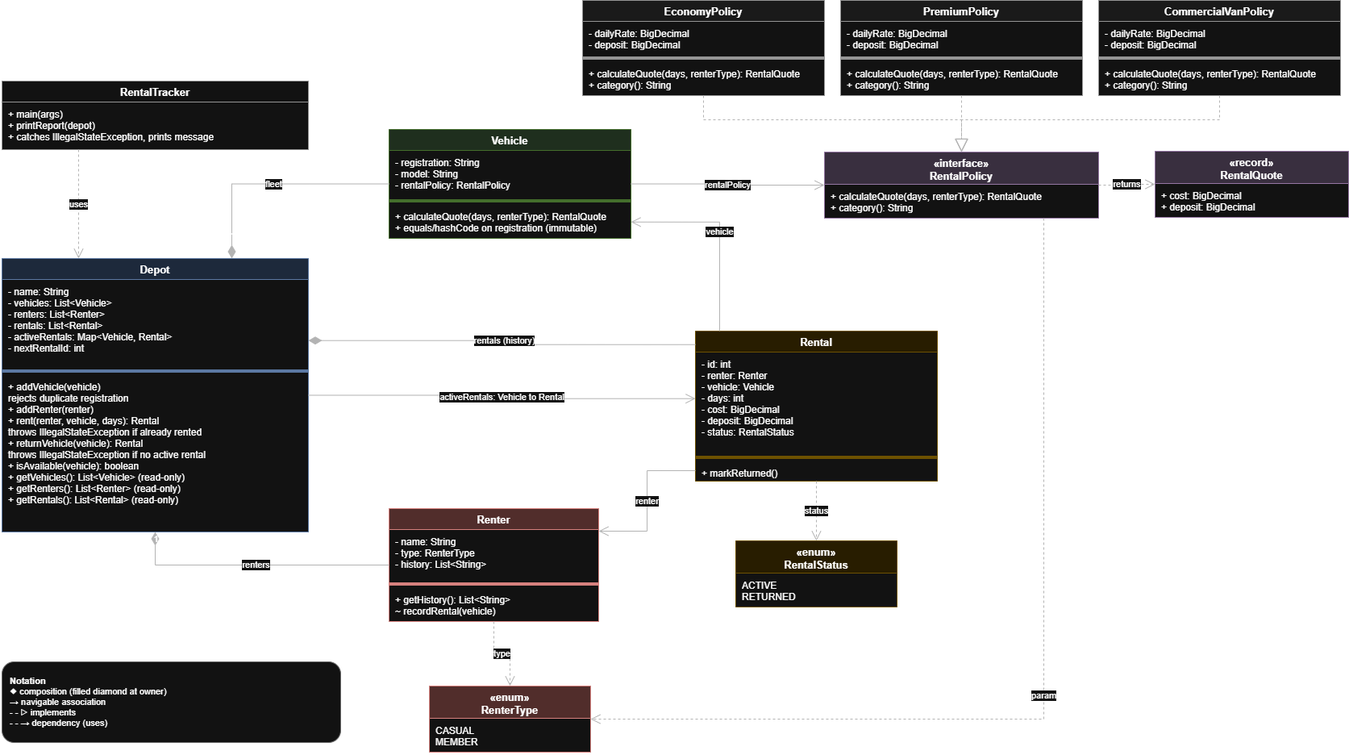
The draw.io diagram dovewing-class-design.png in emmanuel-tormeti/java-basics-b-dovewing-car-rentals, before a commit. Source tidied: cells renumbered, new cells last; positions are measured from the earlier drawing's top-left corner, leaving out a move shared by most shapes.
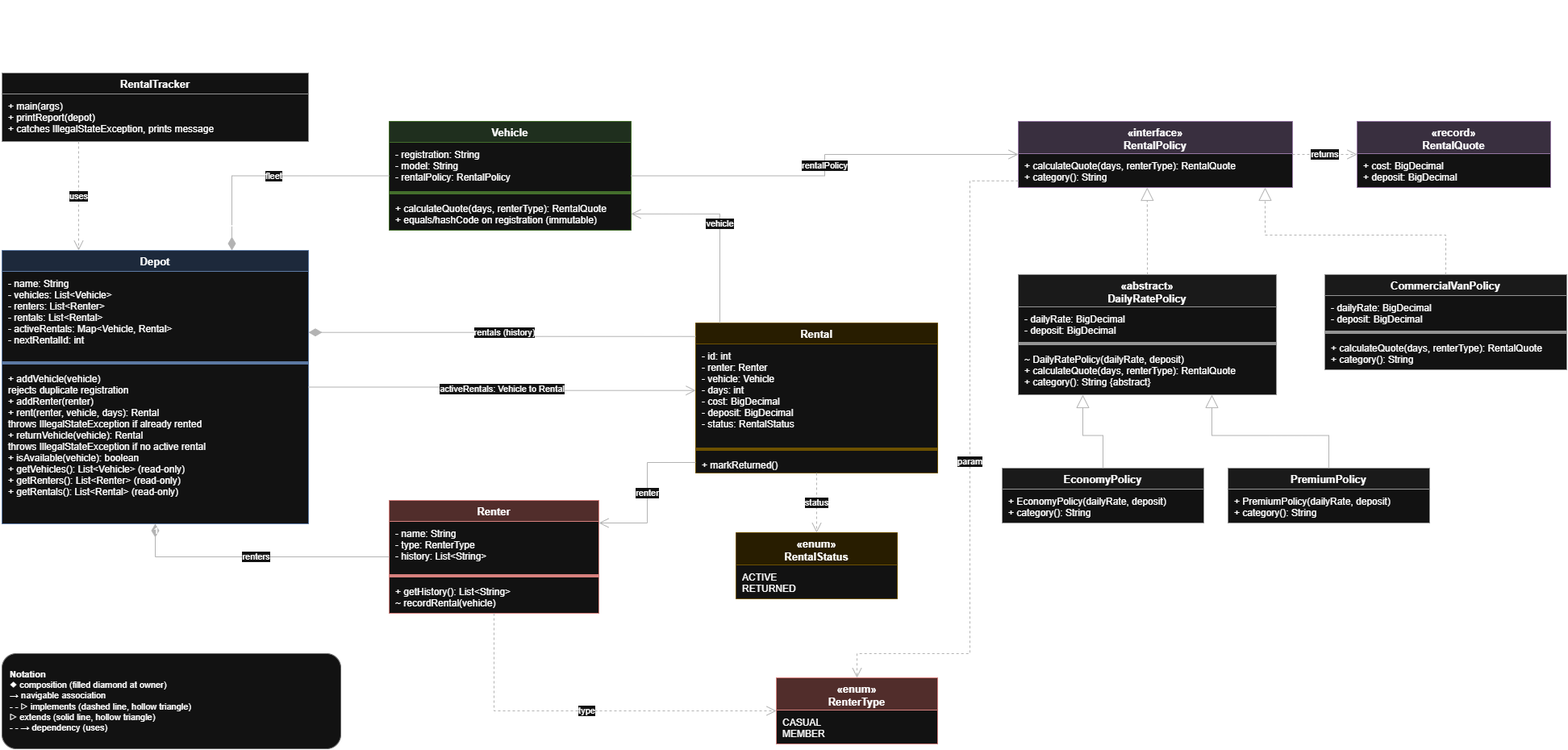
Later version of the same file.

Commit message:
update diagram and diagnosis for shared DailyRatePolicy base

The edit, as a diff of the source:
```diff
@@ -2,6 +2,15 @@
   <root>
     <mxCell id="0" />
     <mxCell id="1" parent="0" />
+    <mxCell id="40" value="Dovewing vehicle rental: class design" style="text;html=1;align=left;verticalAlign=middle;fontSize=18;fontStyle=1;" parent="1" vertex="1">
+      <mxGeometry y="10" width="480" height="30" as="geometry" />
+    </mxCell>
+    <mxCell id="38" value="RentalTracker" style="swimlane;fontStyle=1;align=center;verticalAlign=top;horizontal=1;startSize=26;whiteSpace=wrap;html=1;fillColor=#ffffff;strokeColor=#666666;fontSize=13;swimlaneFillColor=#ffffff;" parent="1" vertex="1">
+      <mxGeometry y="100" width="380" height="85" as="geometry" />
+    </mxCell>
+    <mxCell id="39" value="+ main(args)&#10;+ printReport(depot)&#10;+ catches IllegalStateException, prints message" style="text;strokeColor=none;fillColor=none;align=left;verticalAlign=top;spacingLeft=6;spacingRight=4;spacingTop=2;overflow=hidden;fontSize=12;" parent="38" vertex="1">
+      <mxGeometry y="26" width="380" height="59" as="geometry" />
+    </mxCell>
     <mxCell id="2" value="Depot" style="swimlane;fontStyle=1;align=center;verticalAlign=top;horizontal=1;startSize=26;whiteSpace=wrap;html=1;fillColor=#dae8fc;strokeColor=#6c8ebf;fontSize=13;swimlaneFillColor=#ffffff;" parent="1" vertex="1">
       <mxGeometry y="320" width="380" height="339" as="geometry" />
     </mxCell>
@@ -50,38 +59,56 @@
     <mxCell id="17" value="+ getHistory(): List&lt;String&gt;&#10;~ recordRental(vehicle)" style="text;strokeColor=none;fillColor=none;align=left;verticalAlign=top;spacingLeft=6;spacingRight=4;spacingTop=2;overflow=hidden;fontSize=12;" parent="14" vertex="1">
       <mxGeometry y="98" width="260" height="42" as="geometry" />
     </mxCell>
+    <mxCell id="34" value="«enum»&lt;br&gt;RentalStatus" style="swimlane;fontStyle=1;align=center;verticalAlign=top;horizontal=1;startSize=40;whiteSpace=wrap;html=1;fillColor=#fff2cc;strokeColor=#d6b656;fontSize=13;swimlaneFillColor=#ffffff;" parent="1" vertex="1">
+      <mxGeometry x="910" y="670" width="200" height="82" as="geometry" />
+    </mxCell>
+    <mxCell id="35" value="ACTIVE&#10;RETURNED" style="text;strokeColor=none;fillColor=none;align=left;verticalAlign=top;spacingLeft=6;spacingRight=4;spacingTop=2;overflow=hidden;fontSize=12;" parent="34" vertex="1">
+      <mxGeometry y="40" width="200" height="42" as="geometry" />
+    </mxCell>
+    <mxCell id="36" value="«enum»&lt;br&gt;RenterType" style="swimlane;fontStyle=1;align=center;verticalAlign=top;horizontal=1;startSize=40;whiteSpace=wrap;html=1;fillColor=#f8cecc;strokeColor=#b85450;fontSize=13;swimlaneFillColor=#ffffff;" parent="1" vertex="1">
+      <mxGeometry x="960" y="850" width="200" height="82" as="geometry" />
+    </mxCell>
+    <mxCell id="37" value="CASUAL&#10;MEMBER" style="text;strokeColor=none;fillColor=none;align=left;verticalAlign=top;spacingLeft=6;spacingRight=4;spacingTop=2;overflow=hidden;fontSize=12;" parent="36" vertex="1">
+      <mxGeometry y="40" width="200" height="42" as="geometry" />
+    </mxCell>
     <mxCell id="18" value="«interface»&lt;br&gt;RentalPolicy" style="swimlane;fontStyle=1;align=center;verticalAlign=top;horizontal=1;startSize=40;whiteSpace=wrap;html=1;fillColor=#e1d5e7;strokeColor=#9673a6;fontSize=13;swimlaneFillColor=#ffffff;" parent="1" vertex="1">
-      <mxGeometry x="1020" y="188" width="340" height="82" as="geometry" />
+      <mxGeometry x="1260" y="160" width="340" height="82" as="geometry" />
     </mxCell>
     <mxCell id="19" value="+ calculateQuote(days, renterType): RentalQuote&#10;+ category(): String" style="text;strokeColor=none;fillColor=none;align=left;verticalAlign=top;spacingLeft=6;spacingRight=4;spacingTop=2;overflow=hidden;fontSize=12;" parent="18" vertex="1">
       <mxGeometry y="40" width="340" height="42" as="geometry" />
     </mxCell>
+    <mxCell id="32" value="«record»&lt;br&gt;RentalQuote" style="swimlane;fontStyle=1;align=center;verticalAlign=top;horizontal=1;startSize=40;whiteSpace=wrap;html=1;fillColor=#e1d5e7;strokeColor=#9673a6;fontSize=13;swimlaneFillColor=#ffffff;" parent="1" vertex="1">
+      <mxGeometry x="1680" y="160" width="240" height="82" as="geometry" />
+    </mxCell>
+    <mxCell id="33" value="+ cost: BigDecimal&#10;+ deposit: BigDecimal" style="text;strokeColor=none;fillColor=none;align=left;verticalAlign=top;spacingLeft=6;spacingRight=4;spacingTop=2;overflow=hidden;fontSize=12;" parent="32" vertex="1">
+      <mxGeometry y="40" width="240" height="42" as="geometry" />
+    </mxCell>
+    <mxCell id="67" value="«abstract»&lt;br&gt;DailyRatePolicy" style="swimlane;fontStyle=1;align=center;verticalAlign=top;horizontal=1;startSize=40;whiteSpace=wrap;html=1;fillColor=#f5f5f5;strokeColor=#666666;fontSize=13;swimlaneFillColor=#ffffff;" parent="1" vertex="1">
+      <mxGeometry x="1260" y="350" width="320" height="149" as="geometry" />
+    </mxCell>
+    <mxCell id="68" value="- dailyRate: BigDecimal&#10;- deposit: BigDecimal" style="text;strokeColor=none;fillColor=none;align=left;verticalAlign=top;spacingLeft=6;spacingRight=4;spacingTop=2;overflow=hidden;fontSize=12;" parent="67" vertex="1">
+      <mxGeometry y="40" width="320" height="42" as="geometry" />
+    </mxCell>
+    <mxCell id="69" style="line;strokeColor=inherit;fillColor=none;align=left;verticalAlign=middle;spacingTop=-1;spacingLeft=3;spacingRight=3;labelPosition=right;" parent="67" vertex="1">
+      <mxGeometry y="82" width="320" height="8" as="geometry" />
+    </mxCell>
+    <mxCell id="70" value="~ DailyRatePolicy(dailyRate, deposit)&#10;+ calculateQuote(days, renterType): RentalQuote&#10;+ category(): String  {abstract}" style="text;strokeColor=none;fillColor=none;align=left;verticalAlign=top;spacingLeft=6;spacingRight=4;spacingTop=2;overflow=hidden;fontSize=12;" parent="67" vertex="1">
+      <mxGeometry y="90" width="320" height="59" as="geometry" />
+    </mxCell>
     <mxCell id="20" value="EconomyPolicy" style="swimlane;fontStyle=1;align=center;verticalAlign=top;horizontal=1;startSize=26;whiteSpace=wrap;html=1;fillColor=#f5f5f5;strokeColor=#666666;fontSize=13;swimlaneFillColor=#ffffff;" parent="1" vertex="1">
-      <mxGeometry x="720" width="300" height="118" as="geometry" />
+      <mxGeometry x="1240" y="590" width="250" height="68" as="geometry" />
     </mxCell>
-    <mxCell id="21" value="- dailyRate: BigDecimal&#10;- deposit: BigDecimal" style="text;strokeColor=none;fillColor=none;align=left;verticalAlign=top;spacingLeft=6;spacingRight=4;spacingTop=2;overflow=hidden;fontSize=12;" parent="20" vertex="1">
-      <mxGeometry y="26" width="300" height="42" as="geometry" />
-    </mxCell>
-    <mxCell id="22" style="line;strokeColor=inherit;fillColor=none;align=left;verticalAlign=middle;spacingTop=-1;spacingLeft=3;spacingRight=3;labelPosition=right;" parent="20" vertex="1">
-      <mxGeometry y="68" width="300" height="8" as="geometry" />
-    </mxCell>
-    <mxCell id="23" value="+ calculateQuote(days, renterType): RentalQuote&#10;+ category(): String" style="text;strokeColor=none;fillColor=none;align=left;verticalAlign=top;spacingLeft=6;spacingRight=4;spacingTop=2;overflow=hidden;fontSize=12;" parent="20" vertex="1">
-      <mxGeometry y="76" width="300" height="42" as="geometry" />
+    <mxCell id="23" value="+ EconomyPolicy(dailyRate, deposit)&#10;+ category(): String" style="text;strokeColor=none;fillColor=none;align=left;verticalAlign=top;spacingLeft=6;spacingRight=4;spacingTop=2;overflow=hidden;fontSize=12;" parent="20" vertex="1">
+      <mxGeometry y="26" width="250" height="42" as="geometry" />
     </mxCell>
     <mxCell id="24" value="PremiumPolicy" style="swimlane;fontStyle=1;align=center;verticalAlign=top;horizontal=1;startSize=26;whiteSpace=wrap;html=1;fillColor=#f5f5f5;strokeColor=#666666;fontSize=13;swimlaneFillColor=#ffffff;" parent="1" vertex="1">
-      <mxGeometry x="1040" width="300" height="118" as="geometry" />
+      <mxGeometry x="1520" y="590" width="250" height="68" as="geometry" />
     </mxCell>
-    <mxCell id="25" value="- dailyRate: BigDecimal&#10;- deposit: BigDecimal" style="text;strokeColor=none;fillColor=none;align=left;verticalAlign=top;spacingLeft=6;spacingRight=4;spacingTop=2;overflow=hidden;fontSize=12;" parent="24" vertex="1">
-      <mxGeometry y="26" width="300" height="42" as="geometry" />
-    </mxCell>
-    <mxCell id="26" style="line;strokeColor=inherit;fillColor=none;align=left;verticalAlign=middle;spacingTop=-1;spacingLeft=3;spacingRight=3;labelPosition=right;" parent="24" vertex="1">
-      <mxGeometry y="68" width="300" height="8" as="geometry" />
-    </mxCell>
-    <mxCell id="27" value="+ calculateQuote(days, renterType): RentalQuote&#10;+ category(): String" style="text;strokeColor=none;fillColor=none;align=left;verticalAlign=top;spacingLeft=6;spacingRight=4;spacingTop=2;overflow=hidden;fontSize=12;" parent="24" vertex="1">
-      <mxGeometry y="76" width="300" height="42" as="geometry" />
+    <mxCell id="27" value="+ PremiumPolicy(dailyRate, deposit)&#10;+ category(): String" style="text;strokeColor=none;fillColor=none;align=left;verticalAlign=top;spacingLeft=6;spacingRight=4;spacingTop=2;overflow=hidden;fontSize=12;" parent="24" vertex="1">
+      <mxGeometry y="26" width="250" height="42" as="geometry" />
     </mxCell>
     <mxCell id="28" value="CommercialVanPolicy" style="swimlane;fontStyle=1;align=center;verticalAlign=top;horizontal=1;startSize=26;whiteSpace=wrap;html=1;fillColor=#f5f5f5;strokeColor=#666666;fontSize=13;swimlaneFillColor=#ffffff;" parent="1" vertex="1">
-      <mxGeometry x="1360" width="300" height="118" as="geometry" />
+      <mxGeometry x="1640" y="350" width="300" height="118" as="geometry" />
     </mxCell>
     <mxCell id="29" value="- dailyRate: BigDecimal&#10;- deposit: BigDecimal" style="text;strokeColor=none;fillColor=none;align=left;verticalAlign=top;spacingLeft=6;spacingRight=4;spacingTop=2;overflow=hidden;fontSize=12;" parent="28" vertex="1">
       <mxGeometry y="26" width="300" height="42" as="geometry" />
@@ -92,35 +119,8 @@
     <mxCell id="31" value="+ calculateQuote(days, renterType): RentalQuote&#10;+ category(): String" style="text;strokeColor=none;fillColor=none;align=left;verticalAlign=top;spacingLeft=6;spacingRight=4;spacingTop=2;overflow=hidden;fontSize=12;" parent="28" vertex="1">
       <mxGeometry y="76" width="300" height="42" as="geometry" />
     </mxCell>
-    <mxCell id="32" value="«record»&lt;br&gt;RentalQuote" style="swimlane;fontStyle=1;align=center;verticalAlign=top;horizontal=1;startSize=40;whiteSpace=wrap;html=1;fillColor=#e1d5e7;strokeColor=#9673a6;fontSize=13;swimlaneFillColor=#ffffff;" parent="1" vertex="1">
-      <mxGeometry x="1430" y="187" width="240" height="82" as="geometry" />
-    </mxCell>
-    <mxCell id="33" value="+ cost: BigDecimal&#10;+ deposit: BigDecimal" style="text;strokeColor=none;fillColor=none;align=left;verticalAlign=top;spacingLeft=6;spacingRight=4;spacingTop=2;overflow=hidden;fontSize=12;" parent="32" vertex="1">
-      <mxGeometry y="40" width="240" height="42" as="geometry" />
-    </mxCell>
-    <mxCell id="34" value="«enum»&lt;br&gt;RentalStatus" style="swimlane;fontStyle=1;align=center;verticalAlign=top;horizontal=1;startSize=40;whiteSpace=wrap;html=1;fillColor=#fff2cc;strokeColor=#d6b656;fontSize=13;swimlaneFillColor=#ffffff;" parent="1" vertex="1">
-      <mxGeometry x="910" y="670" width="200" height="82" as="geometry" />
-    </mxCell>
-    <mxCell id="35" value="ACTIVE&#10;RETURNED" style="text;strokeColor=none;fillColor=none;align=left;verticalAlign=top;spacingLeft=6;spacingRight=4;spacingTop=2;overflow=hidden;fontSize=12;" parent="34" vertex="1">
-      <mxGeometry y="40" width="200" height="42" as="geometry" />
-    </mxCell>
-    <mxCell id="36" value="«enum»&lt;br&gt;RenterType" style="swimlane;fontStyle=1;align=center;verticalAlign=top;horizontal=1;startSize=40;whiteSpace=wrap;html=1;fillColor=#f8cecc;strokeColor=#b85450;fontSize=13;swimlaneFillColor=#ffffff;" parent="1" vertex="1">
-      <mxGeometry x="530" y="850" width="200" height="82" as="geometry" />
-    </mxCell>
-    <mxCell id="37" value="CASUAL&#10;MEMBER" style="text;strokeColor=none;fillColor=none;align=left;verticalAlign=top;spacingLeft=6;spacingRight=4;spacingTop=2;overflow=hidden;fontSize=12;" parent="36" vertex="1">
-      <mxGeometry y="40" width="200" height="42" as="geometry" />
-    </mxCell>
-    <mxCell id="38" value="RentalTracker" style="swimlane;fontStyle=1;align=center;verticalAlign=top;horizontal=1;startSize=26;whiteSpace=wrap;html=1;fillColor=#ffffff;strokeColor=#666666;fontSize=13;swimlaneFillColor=#ffffff;" parent="1" vertex="1">
-      <mxGeometry y="100" width="380" height="85" as="geometry" />
-    </mxCell>
-    <mxCell id="39" value="+ main(args)&#10;+ printReport(depot)&#10;+ catches IllegalStateException, prints message" style="text;strokeColor=none;fillColor=none;align=left;verticalAlign=top;spacingLeft=6;spacingRight=4;spacingTop=2;overflow=hidden;fontSize=12;" parent="38" vertex="1">
-      <mxGeometry y="26" width="380" height="59" as="geometry" />
-    </mxCell>
-    <mxCell id="40" value="Dovewing vehicle rental: class design" style="text;html=1;align=left;verticalAlign=middle;fontSize=18;fontStyle=1;" parent="1" vertex="1">
-      <mxGeometry y="10" width="480" height="30" as="geometry" />
-    </mxCell>
-    <mxCell id="41" value="&lt;b&gt;Notation&lt;/b&gt;&lt;br&gt;◆ composition (filled diamond at owner)&lt;br&gt;→ navigable association&lt;br&gt;- - ▷ implements&lt;br&gt;- - → dependency (uses)" style="rounded=1;whiteSpace=wrap;html=1;align=left;verticalAlign=middle;spacing=10;fillColor=#ffffff;strokeColor=#999999;fontSize=11;" parent="1" vertex="1">
-      <mxGeometry y="820" width="420" height="100" as="geometry" />
+    <mxCell id="41" value="&lt;b&gt;Notation&lt;/b&gt;&lt;br&gt;◆ composition (filled diamond at owner)&lt;br&gt;→ navigable association&lt;br&gt;- - ▷ implements (dashed line, hollow triangle)&lt;br&gt;▷ extends (solid line, hollow triangle)&lt;br&gt;- - → dependency (uses)" style="rounded=1;whiteSpace=wrap;html=1;align=left;verticalAlign=middle;spacing=10;fillColor=#ffffff;strokeColor=#999999;fontSize=11;" parent="1" vertex="1">
+      <mxGeometry y="820" width="420" height="118" as="geometry" />
     </mxCell>
     <mxCell id="42" value="uses" style="edgeStyle=orthogonalEdgeStyle;rounded=0;jettySize=auto;html=1;strokeColor=#444444;fontSize=11;labelBackgroundColor=#ffffff;dashed=1;startArrow=none;endArrow=open;endFill=0;endSize=10;exitX=0.25;exitY=1;exitDx=0;exitDy=0;entryX=0.25;entryY=0;entryDx=0;entryDy=0;" parent="1" edge="1" source="38" target="2">
       <mxGeometry relative="1" as="geometry" />
@@ -196,25 +196,34 @@
         <mxPoint y="-12" as="offset" />
       </mxGeometry>
     </mxCell>
-    <mxCell id="60" style="edgeStyle=orthogonalEdgeStyle;rounded=0;jettySize=auto;html=1;strokeColor=#444444;fontSize=11;labelBackgroundColor=#ffffff;dashed=1;startArrow=none;endArrow=block;endFill=0;endSize=14;exitX=0.5;exitY=1;exitDx=0;exitDy=0;entryX=0.5;entryY=0;entryDx=0;entryDy=0;" parent="1" edge="1" source="20" target="18">
-      <mxGeometry relative="1" as="geometry" />
-    </mxCell>
-    <mxCell id="61" style="edgeStyle=orthogonalEdgeStyle;rounded=0;jettySize=auto;html=1;strokeColor=#444444;fontSize=11;labelBackgroundColor=#ffffff;dashed=1;startArrow=none;endArrow=block;endFill=0;endSize=14;exitX=0.5;exitY=1;exitDx=0;exitDy=0;entryX=0.5;entryY=0;entryDx=0;entryDy=0;" parent="1" edge="1" source="24" target="18">
-      <mxGeometry relative="1" as="geometry" />
-    </mxCell>
+    <mxCell id="71" style="edgeStyle=orthogonalEdgeStyle;rounded=0;jettySize=auto;html=1;strokeColor=#444444;fontSize=11;labelBackgroundColor=#ffffff;startArrow=none;endArrow=block;endFill=0;endSize=14;exitX=0.5;exitY=0;exitDx=0;exitDy=0;entryX=0.25;entryY=1;entryDx=0;entryDy=0;" parent="1" edge="1" source="20" target="67">
+      <mxGeometry relative="1" as="geometry" />
+    </mxCell>
+    <mxCell id="72" style="edgeStyle=orthogonalEdgeStyle;rounded=0;jettySize=auto;html=1;strokeColor=#444444;fontSize=11;labelBackgroundColor=#ffffff;startArrow=none;endArrow=block;endFill=0;endSize=14;exitX=0.5;exitY=0;exitDx=0;exitDy=0;entryX=0.75;entryY=1;entryDx=0;entryDy=0;" parent="1" edge="1" source="24" target="67">
+      <mxGeometry relative="1" as="geometry" />
+    </mxCell>
+    <mxCell id="73" style="edgeStyle=orthogonalEdgeStyle;rounded=0;jettySize=auto;html=1;strokeColor=#444444;fontSize=11;labelBackgroundColor=#ffffff;dashed=1;startArrow=none;endArrow=block;endFill=0;endSize=14;exitX=0.5;exitY=0;exitDx=0;exitDy=0;entryX=0.47;entryY=1;entryDx=0;entryDy=0;" parent="1" edge="1" source="67" target="18">
+      <mxGeometry relative="1" as="geometry" />
+    </mxCell>
-    <mxCell id="62" style="edgeStyle=orthogonalEdgeStyle;rounded=0;jettySize=auto;html=1;strokeColor=#444444;fontSize=11;labelBackgroundColor=#ffffff;dashed=1;startArrow=none;endArrow=block;endFill=0;endSize=14;exitX=0.5;exitY=1;exitDx=0;exitDy=0;entryX=0.5;entryY=0;entryDx=0;entryDy=0;" parent="1" edge="1" source="28" target="18">
+    <mxCell id="62" style="edgeStyle=orthogonalEdgeStyle;rounded=0;jettySize=auto;html=1;strokeColor=#444444;fontSize=11;labelBackgroundColor=#ffffff;dashed=1;startArrow=none;endArrow=block;endFill=0;endSize=14;exitX=0.5;exitY=0;exitDx=0;exitDy=0;entryX=0.9;entryY=1;entryDx=0;entryDy=0;" parent="1" edge="1" source="28" target="18">
       <mxGeometry relative="1" as="geometry" />
     </mxCell>
     <mxCell id="63" value="returns" style="edgeStyle=orthogonalEdgeStyle;rounded=0;jettySize=auto;html=1;strokeColor=#444444;fontSize=11;labelBackgroundColor=#ffffff;dashed=1;startArrow=none;endArrow=open;endFill=0;endSize=10;exitX=1;exitY=0.5;exitDx=0;exitDy=0;entryX=0;entryY=0.5;entryDx=0;entryDy=0;" parent="1" edge="1" source="18" target="32">
       <mxGeometry relative="1" as="geometry" />
     </mxCell>
-    <mxCell id="64" value="param" style="edgeStyle=orthogonalEdgeStyle;rounded=0;jettySize=auto;html=1;strokeColor=#444444;fontSize=11;labelBackgroundColor=#ffffff;dashed=1;startArrow=none;endArrow=open;endFill=0;endSize=10;exitX=0.8;exitY=1;exitDx=0;exitDy=0;entryX=1;entryY=0.5;entryDx=0;entryDy=0;" parent="1" edge="1" source="18" target="36">
-      <mxGeometry relative="1" as="geometry" />
+    <mxCell id="64" value="param" style="edgeStyle=orthogonalEdgeStyle;rounded=0;jettySize=auto;html=1;strokeColor=#444444;fontSize=11;labelBackgroundColor=#ffffff;dashed=1;startArrow=none;endArrow=open;endFill=0;endSize=10;exitX=0;exitY=0.9;exitDx=0;exitDy=0;entryX=0.5;entryY=0;entryDx=0;entryDy=0;" parent="1" edge="1" source="18" target="36">
+      <mxGeometry relative="1" as="geometry">
+        <Array as="points">
+          <mxPoint x="1200" y="234" />
+          <mxPoint x="1200" y="820" />
+          <mxPoint x="1060" y="820" />
+        </Array>
+      </mxGeometry>
     </mxCell>
     <mxCell id="65" value="status" style="edgeStyle=orthogonalEdgeStyle;rounded=0;jettySize=auto;html=1;strokeColor=#444444;fontSize=11;labelBackgroundColor=#ffffff;dashed=1;startArrow=none;endArrow=open;endFill=0;endSize=10;exitX=0.5;exitY=1;exitDx=0;exitDy=0;entryX=0.5;entryY=0;entryDx=0;entryDy=0;" parent="1" edge="1" source="10" target="34">
       <mxGeometry relative="1" as="geometry" />
     </mxCell>
-    <mxCell id="66" value="type" style="edgeStyle=orthogonalEdgeStyle;rounded=0;jettySize=auto;html=1;strokeColor=#444444;fontSize=11;labelBackgroundColor=#ffffff;dashed=1;startArrow=none;endArrow=open;endFill=0;endSize=10;exitX=0.5;exitY=1;exitDx=0;exitDy=0;entryX=0.5;entryY=0;entryDx=0;entryDy=0;" parent="1" edge="1" source="14" target="36">
+    <mxCell id="66" value="type" style="edgeStyle=orthogonalEdgeStyle;rounded=0;jettySize=auto;html=1;strokeColor=#444444;fontSize=11;labelBackgroundColor=#ffffff;dashed=1;startArrow=none;endArrow=open;endFill=0;endSize=10;exitX=0.5;exitY=1;exitDx=0;exitDy=0;entryX=0;entryY=0.5;entryDx=0;entryDy=0;" parent="1" edge="1" source="14" target="36">
       <mxGeometry relative="1" as="geometry" />
     </mxCell>
   </root>
```
